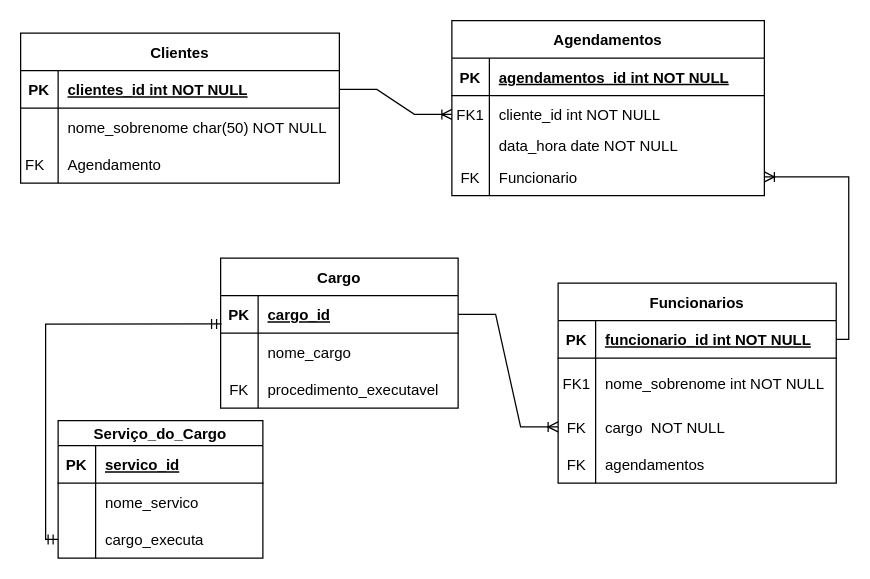
This is Untitled Diagram.drawio from ViniciusTaurisano/ctd-2bi-bancodedados-a9-checkpoint1, a draw.io file, before an edit. Source tidied: cells renumbered, new cells numbered last; positions are measured from the earlier drawing's top-left corner, leaving out a move shared by most shapes. Both pictures are drawn from the tidied source at 125%, with x=0, y=0 at pixel (20, 20).
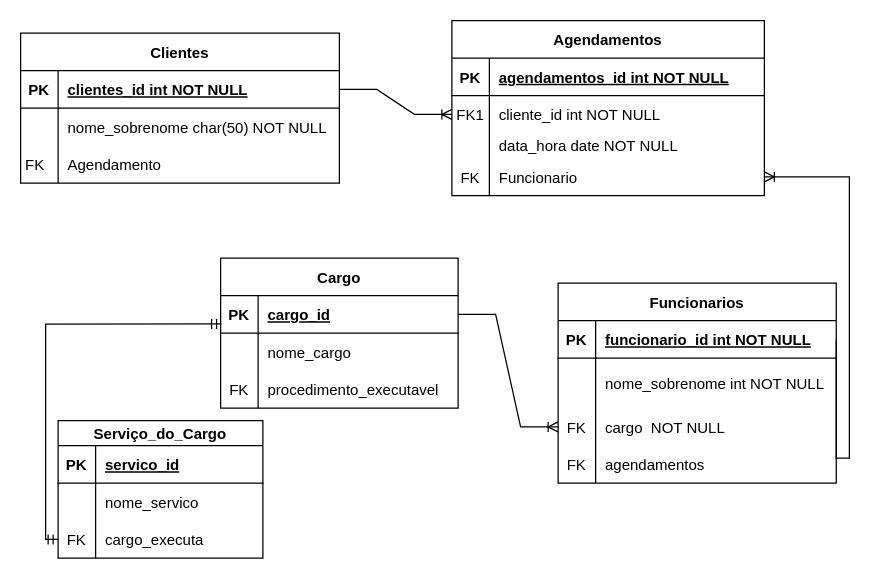
The same diagram, later.

Unchanged cells that the change refers to:
```xml
<mxCell id="12" style="shape=tableRow;horizontal=0;startSize=0;swimlaneHead=0;swimlaneBody=0;fillColor=none;points=[[0,0.5],[1,0.5]];portConstraint=eastwest;top=0;left=0;right=0;bottom=0;" parent="2" vertex="1">
  <mxGeometry y="110" width="250" height="30" as="geometry" />
</mxCell>
<mxCell id="16" style="shape=partialRectangle;fillColor=none;points=[[0,0.5],[1,0.5]];portConstraint=eastwest;top=0;left=0;right=0;bottom=1;" parent="15" vertex="1">
  <mxGeometry y="30" width="222.5" height="30" as="geometry" />
</mxCell>
<mxCell id="19" style="shape=partialRectangle;fillColor=none;top=0;left=0;right=0;bottom=0;" parent="15" vertex="1">
  <mxGeometry y="60" width="222.5" height="40" as="geometry" />
</mxCell>
<mxCell id="55" style="shape=tableRow;horizontal=0;startSize=0;swimlaneHead=0;swimlaneBody=0;fillColor=none;points=[[0,0.5],[1,0.5]];portConstraint=eastwest;top=0;left=0;right=0;bottom=0;" parent="48" vertex="1">
  <mxGeometry y="80" width="163.8" height="30" as="geometry" />
</mxCell>
```

The edit, as a diff of the source:
```diff
@@
-    <mxCell id="20" value="FK1" style="shape=partialRectangle;overflow=hidden;fillColor=none;top=0;left=0;bottom=0;right=0;" parent="19" vertex="1">
+    <mxCell id="20" style="shape=partialRectangle;overflow=hidden;fillColor=none;top=0;left=0;bottom=0;right=0;" parent="19" vertex="1">
       <mxGeometry width="30" height="40" as="geometry" />
     </mxCell>
@@
-    <mxCell id="56" style="shape=partialRectangle;fillColor=none;top=0;left=0;bottom=0;right=0;overflow=hidden;" parent="55" vertex="1">
+    <mxCell id="56" value="FK" style="shape=partialRectangle;fillColor=none;top=0;left=0;bottom=0;right=0;overflow=hidden;" parent="55" vertex="1">
       <mxGeometry width="30" height="30" as="geometry" />
     </mxCell>
@@
     <mxCell id="59" style="edgeStyle=orthogonalEdgeStyle;fontSize=12;html=1;endArrow=ERoneToMany;rounded=0;entryX=1;entryY=0.5;entryDx=0;entryDy=0;exitX=1;exitY=0.5;exitDx=0;exitDy=0;" parent="1" edge="1" source="16" target="12">
-      <mxGeometry relative="1" as="geometry" />
+      <mxGeometry relative="1" as="geometry">
+        <Array as="points">
+          <mxPoint x="653" y="350" />
+          <mxPoint x="663" y="350" />
+          <mxPoint x="663" y="125" />
+        </Array>
+      </mxGeometry>
     </mxCell>
```
